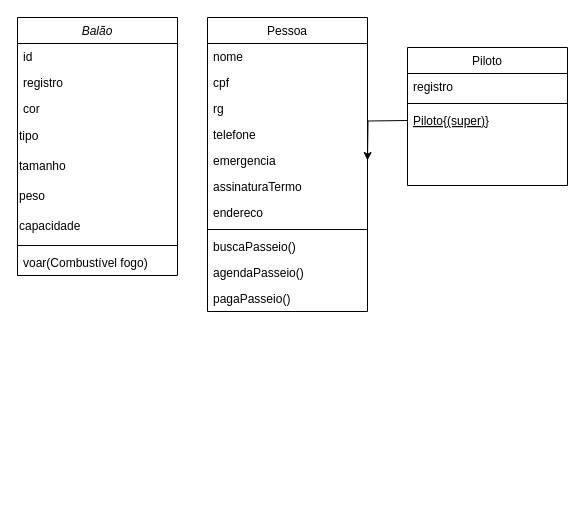
Before: Diagrama sem nome.drawio in mrayanem/Balonismo, a draw.io diagram. Source tidied: cells renumbered, new cells numbered last; positions are measured from the earlier drawing's top-left corner, leaving out a move shared by most shapes. Both pictures are drawn from the tidied source at 100%, with x=0, y=0 at pixel (17, 17).
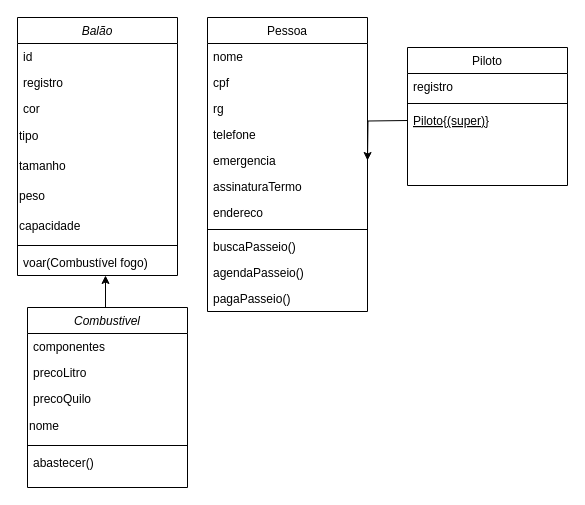
Above is the later version.

The change refers to these unchanged cells:
```xml
<mxCell id="11" value="voar(Combustível fogo)" style="text;align=left;verticalAlign=top;spacingLeft=4;spacingRight=4;overflow=hidden;points=[[0,0.5],[1,0.5]];portConstraint=eastwest;" parent="2" vertex="1">
  <mxGeometry y="232" width="160" height="26" as="geometry" />
</mxCell>
```

What changed in the source:
```diff
@@
+    <mxCell id="29" style="edgeStyle=orthogonalEdgeStyle;rounded=0;jettySize=auto;html=1;exitX=0.5;exitY=0;exitDx=0;exitDy=0;entryX=0.55;entryY=1;entryDx=0;entryDy=0;entryPerimeter=0;" parent="1" edge="1" source="30" target="11">
+      <mxGeometry relative="1" as="geometry" />
+    </mxCell>
+    <mxCell id="30" value="Combustivel" style="swimlane;fontStyle=2;align=center;verticalAlign=top;horizontal=1;startSize=26;rounded=0;shadow=0;strokeWidth=1;" parent="1" vertex="1">
+      <mxGeometry x="10" y="290" width="160" height="180" as="geometry" />
+    </mxCell>
+    <mxCell id="31" value="componentes" style="text;align=left;verticalAlign=top;spacingLeft=4;spacingRight=4;overflow=hidden;" parent="30" vertex="1">
+      <mxGeometry y="26" width="160" height="26" as="geometry" />
+    </mxCell>
+    <mxCell id="32" value="precoLitro" style="text;align=left;verticalAlign=top;spacingLeft=4;spacingRight=4;overflow=hidden;rounded=0;shadow=0;html=0;" parent="30" vertex="1">
+      <mxGeometry y="52" width="160" height="26" as="geometry" />
+    </mxCell>
+    <mxCell id="33" value="precoQuilo" style="text;align=left;verticalAlign=top;spacingLeft=4;spacingRight=4;overflow=hidden;rounded=0;shadow=0;html=0;" parent="30" vertex="1">
+      <mxGeometry y="78" width="160" height="26" as="geometry" />
+    </mxCell>
+    <mxCell id="34" value="nome" style="text;strokeColor=none;align=left;fillColor=none;html=1;verticalAlign=middle;whiteSpace=wrap;rounded=0;" parent="30" vertex="1">
+      <mxGeometry y="104" width="160" height="30" as="geometry" />
+    </mxCell>
+    <mxCell id="35" style="line;html=1;strokeWidth=1;align=left;verticalAlign=middle;spacingTop=-1;spacingLeft=3;spacingRight=3;labelPosition=right;" parent="30" vertex="1">
+      <mxGeometry y="134" width="160" height="8" as="geometry" />
+    </mxCell>
+    <mxCell id="36" value="abastecer()" style="text;align=left;verticalAlign=top;spacingLeft=4;spacingRight=4;overflow=hidden;" parent="30" vertex="1">
+      <mxGeometry y="142" width="160" height="26" as="geometry" />
+    </mxCell>
```
